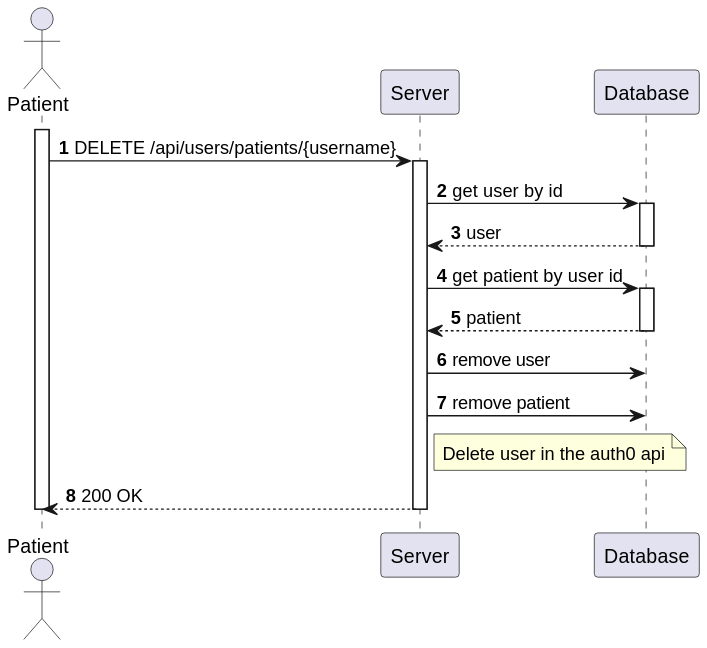
Before: docs/sprint-a/us-5.1.5/views/level3/process-view.svg, a diagram exported from PlantUML (1220846/sem5pi-24-25-3ddg20).
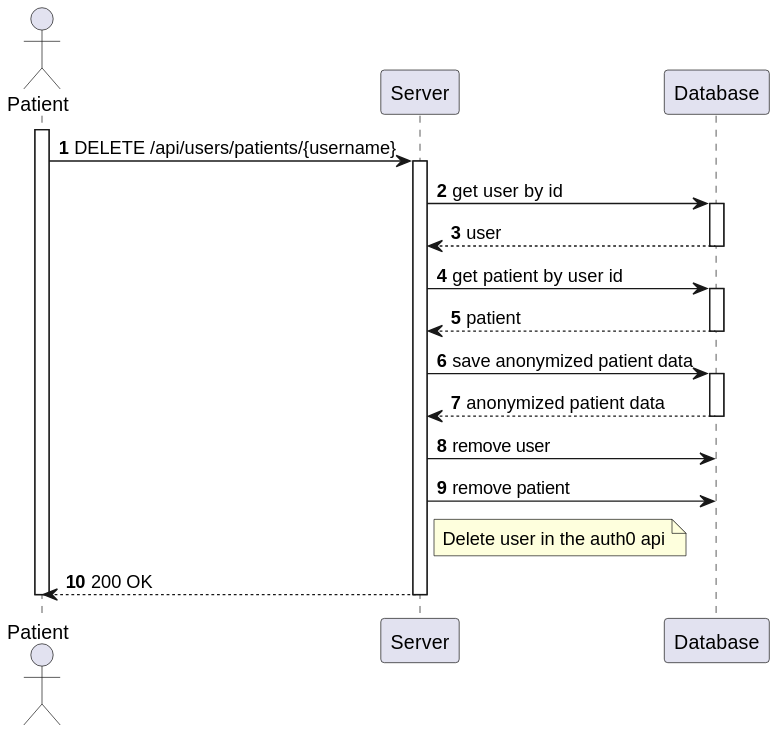
Above is the later version.

Commit message:
docs: fix process-views level for anonymized patient data #5

Diff of the diagram source:
```diff
@@ -27,6 +27,14 @@
 
         deactivate Database
 
+        Server -> Database : save anonymized patient data
+
+        activate Database
+
+            Database --> Server : anonymized patient data
+
+        deactivate Database
+
         Server -> Database : remove user
 
         Server -> Database : remove patient
```
